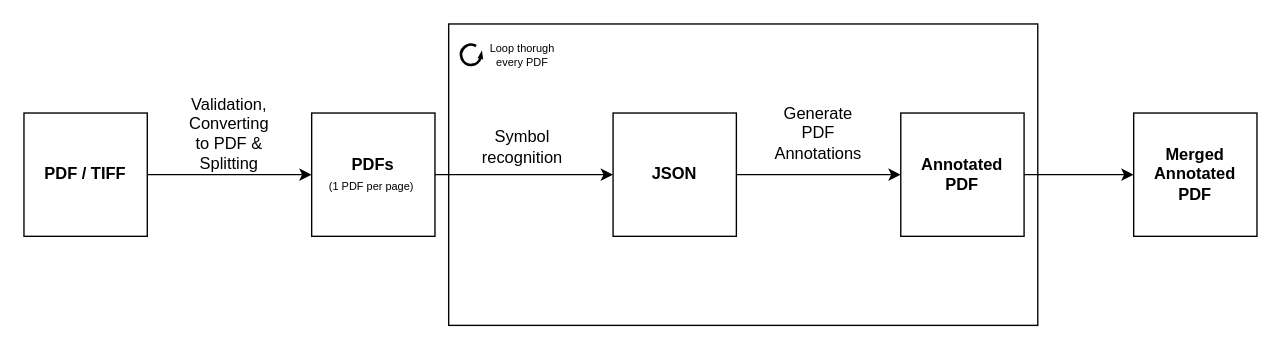
513-3-5/rAIlify keeps this draw.io diagram as documentation/Dataflow_diagram.drawio. Above is the earlier version. Source tidied: cells renumbered, new cells numbered last; positions are measured from the earlier drawing's top-left corner, leaving out a move shared by most shapes. Both pictures are drawn from the tidied source at 137%, with x=0, y=0 at pixel (23, 23).
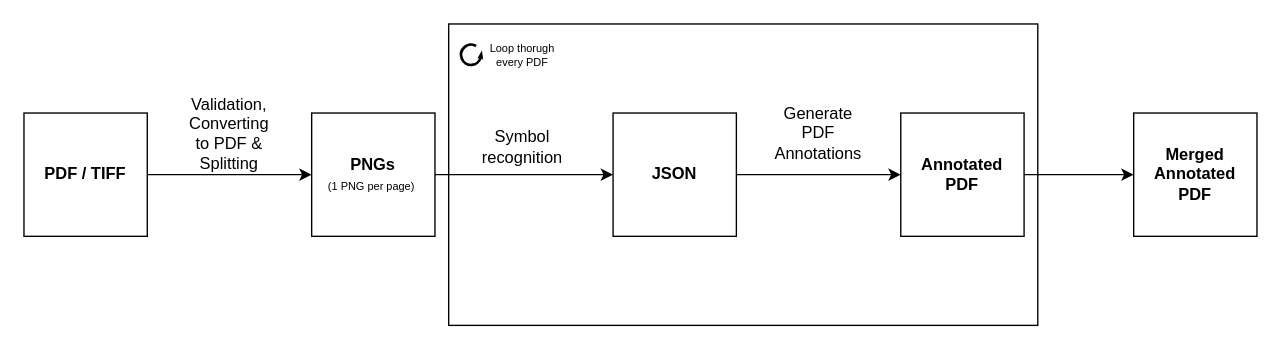
The same page after the edit.

Commit message (it also covers changes not shown here):
Adapt dataflow diagram

What changed in the source:
```diff
@@
 <mxGraphModel>
   <root>
     <mxCell id="0" />
     <mxCell id="1" parent="0" />
     <mxCell id="2" style="rounded=0;whiteSpace=wrap;html=1;fontSize=8;fillColor=none;" parent="1" vertex="1">
       <mxGeometry x="310" width="430" height="220" as="geometry" />
     </mxCell>
     <mxCell id="3" style="edgeStyle=orthogonalEdgeStyle;rounded=0;jettySize=auto;html=1;entryX=0;entryY=0.5;entryDx=0;entryDy=0;" parent="1" edge="1" source="4" target="6">
       <mxGeometry relative="1" as="geometry" />
     </mxCell>
     <mxCell id="4" value="&lt;b&gt;PDF / TIFF&lt;/b&gt;" style="rounded=0;whiteSpace=wrap;html=1;" parent="1" vertex="1">
       <mxGeometry y="65" width="90" height="90" as="geometry" />
     </mxCell>
     <mxCell id="5" style="edgeStyle=orthogonalEdgeStyle;rounded=0;jettySize=auto;html=1;" parent="1" edge="1" source="6" target="10">
       <mxGeometry relative="1" as="geometry" />
     </mxCell>
-    <mxCell id="6" value="&lt;b&gt;PDFs&lt;/b&gt;&lt;br&gt;&lt;font style=&quot;font-size: 8px;&quot;&gt;(1 PDF per page)&amp;nbsp;&lt;/font&gt;" style="rounded=0;whiteSpace=wrap;html=1;" parent="1" vertex="1">
+    <mxCell id="6" value="&lt;b&gt;PNGs&lt;/b&gt;&lt;br&gt;&lt;font style=&quot;font-size: 8px;&quot;&gt;(1 PNG per page)&amp;nbsp;&lt;/font&gt;" style="rounded=0;whiteSpace=wrap;html=1;" parent="1" vertex="1">
       <mxGeometry x="210" y="65" width="90" height="90" as="geometry" />
     </mxCell>
     <mxCell id="7" value="Validation, Converting to PDF &amp;amp;&lt;br&gt;Splitting" style="text;html=1;strokeColor=none;fillColor=none;align=center;verticalAlign=middle;whiteSpace=wrap;rounded=0;" parent="1" vertex="1">
       <mxGeometry x="120" y="65" width="60" height="30" as="geometry" />
     </mxCell>
     <mxCell id="8" style="edgeStyle=orthogonalEdgeStyle;rounded=0;orthogonalLoop=1;jettySize=auto;html=1;exitX=0.5;exitY=1;exitDx=0;exitDy=0;" parent="1" edge="1" source="7" target="7">
       <mxGeometry relative="1" as="geometry" />
     </mxCell>
     <mxCell id="9" style="edgeStyle=orthogonalEdgeStyle;rounded=0;jettySize=auto;html=1;" parent="1" edge="1" source="10" target="13">
       <mxGeometry relative="1" as="geometry" />
     </mxCell>
     <mxCell id="10" value="&lt;b&gt;JSON&lt;/b&gt;" style="rounded=0;whiteSpace=wrap;html=1;" parent="1" vertex="1">
       <mxGeometry x="430" y="65" width="90" height="90" as="geometry" />
     </mxCell>
     <mxCell id="11" value="Symbol recognition" style="text;html=1;strokeColor=none;fillColor=none;align=center;verticalAlign=middle;whiteSpace=wrap;rounded=0;" parent="1" vertex="1">
       <mxGeometry x="334" y="75" width="60" height="30" as="geometry" />
     </mxCell>
     <mxCell id="12" style="edgeStyle=orthogonalEdgeStyle;rounded=0;jettySize=auto;html=1;fontSize=8;" parent="1" edge="1" source="13" target="15">
       <mxGeometry relative="1" as="geometry" />
     </mxCell>
     <mxCell id="13" value="&lt;b&gt;Annotated&lt;br&gt;PDF&lt;/b&gt;" style="rounded=0;whiteSpace=wrap;html=1;" parent="1" vertex="1">
       <mxGeometry x="640" y="65" width="90" height="90" as="geometry" />
     </mxCell>
     <mxCell id="14" value="Generate PDF Annotations" style="text;html=1;strokeColor=none;fillColor=none;align=center;verticalAlign=middle;whiteSpace=wrap;rounded=0;" parent="1" vertex="1">
       <mxGeometry x="550" y="65" width="60" height="30" as="geometry" />
     </mxCell>
     <mxCell id="15" value="&lt;b&gt;Merged&lt;br&gt;Annotated&lt;br&gt;PDF&lt;/b&gt;" style="rounded=0;whiteSpace=wrap;html=1;" parent="1" vertex="1">
       <mxGeometry x="810" y="65" width="90" height="90" as="geometry" />
     </mxCell>
     <mxCell id="16" style="verticalLabelPosition=bottom;html=1;verticalAlign=top;strokeWidth=2;shape=mxgraph.lean_mapping.physical_pull;fontSize=8;fillColor=none;" parent="1" vertex="1">
       <mxGeometry x="319" y="15" width="15" height="15" as="geometry" />
     </mxCell>
     <mxCell id="17" value="Loop thorugh every PDF" style="text;html=1;strokeColor=none;fillColor=none;align=center;verticalAlign=middle;whiteSpace=wrap;rounded=0;fontSize=8;" parent="1" vertex="1">
       <mxGeometry x="334" y="7.5" width="60" height="30" as="geometry" />
     </mxCell>
   </root>
 </mxGraphModel>
```
